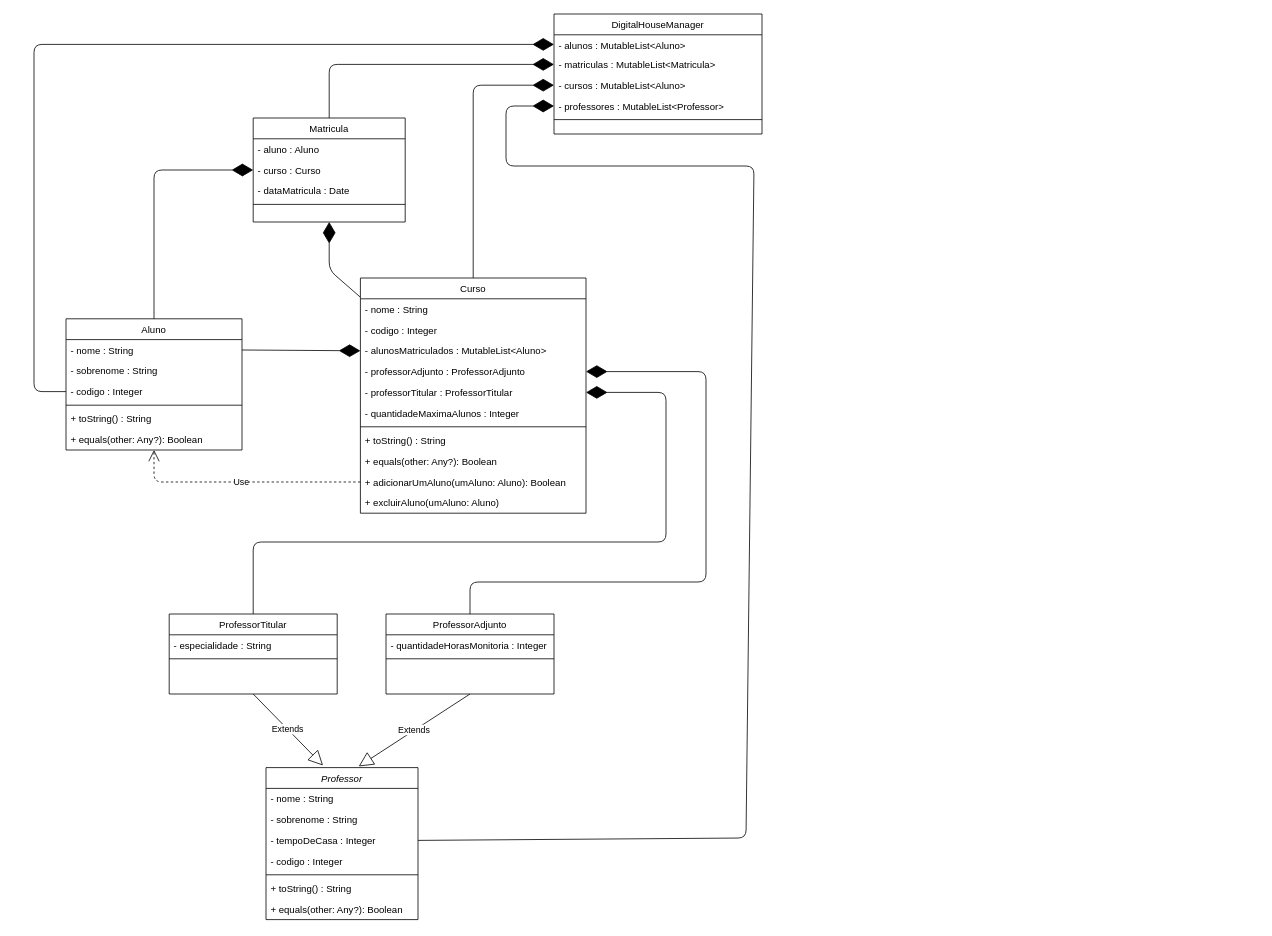
Earlier version of the draw.io diagram desafio.drawio (mariliamessias/digital_house_kotlin_desafio1). Source tidied: cells renumbered, new cells numbered last; positions are measured from the earlier drawing's top-left corner, leaving out a move shared by most shapes. Both pictures are drawn from the tidied source at 80%, with x=0, y=0 at pixel (34, 14).
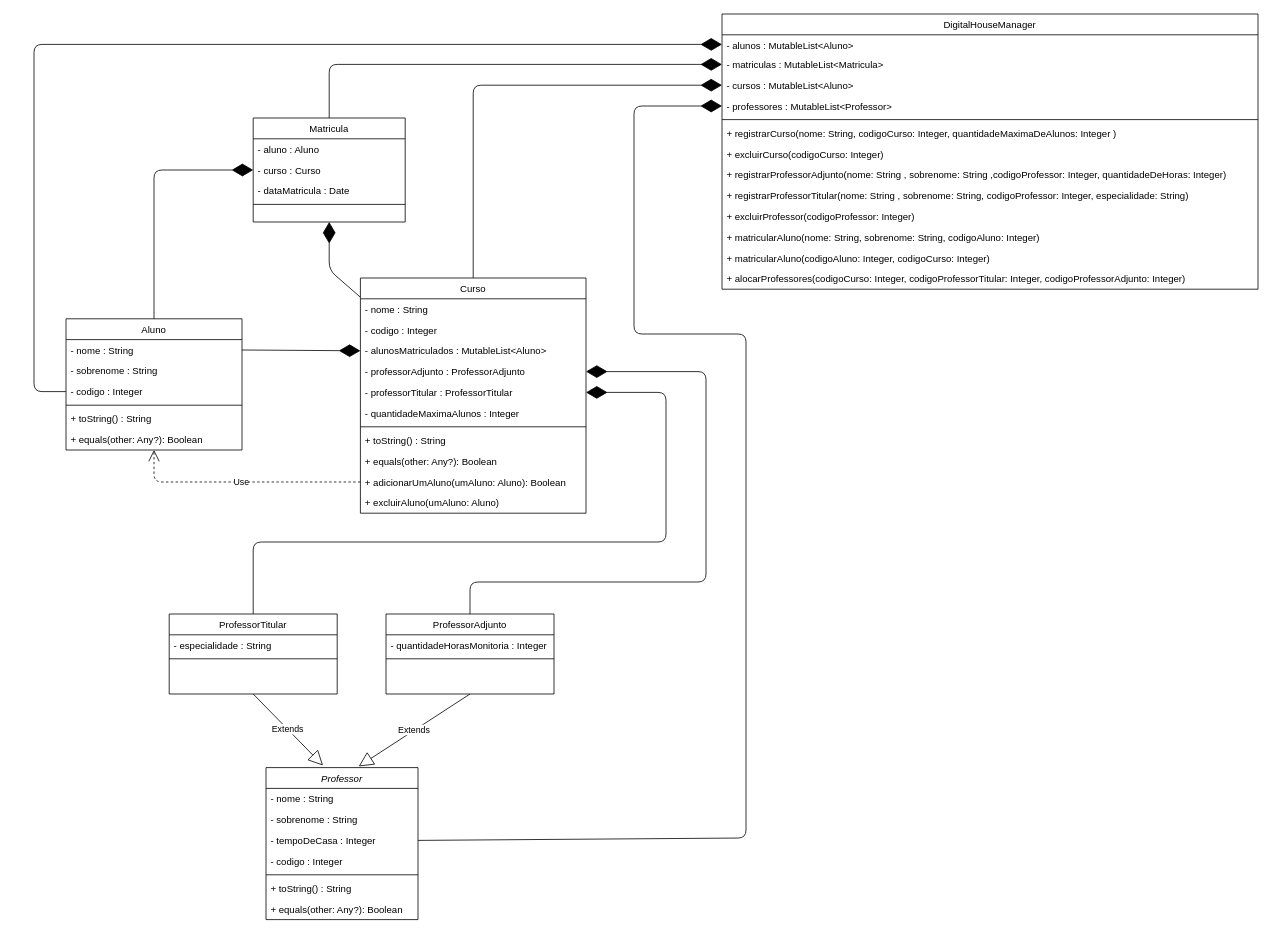
The same page after the edit.

Commit message:
create methods of DigitalHouseManager class

The change refers to these unchanged cells:
```xml
<mxCell id="45" value="- tempoDeCasa : Integer" style="text;align=left;verticalAlign=top;spacingLeft=4;spacingRight=4;overflow=hidden;points=[[0,0.5],[1,0.5]];portConstraint=eastwest;rounded=0;shadow=0;html=0;" parent="42" vertex="1">
  <mxGeometry y="78" width="190" height="26" as="geometry" />
</mxCell>
```

The edit, as a diff of the source:
```diff
@@
-    <mxCell id="18" value="DigitalHouseManager" style="swimlane;fontStyle=0;align=center;verticalAlign=top;horizontal=1;startSize=26;rounded=0;shadow=0;strokeWidth=1;" parent="1" vertex="1">
-      <mxGeometry x="650" width="260" height="150" as="geometry" />
-    </mxCell>
-    <mxCell id="19" value="- alunos : MutableList&lt;Aluno&gt;" style="text;align=left;verticalAlign=top;spacingLeft=4;spacingRight=4;overflow=hidden;points=[[0,0.5],[1,0.5]];portConstraint=eastwest;" parent="18" vertex="1">
-      <mxGeometry y="26" width="260" height="24" as="geometry" />
-    </mxCell>
-    <mxCell id="20" value="- matriculas : MutableList&lt;Matricula&gt;" style="text;align=left;verticalAlign=top;spacingLeft=4;spacingRight=4;overflow=hidden;points=[[0,0.5],[1,0.5]];portConstraint=eastwest;rounded=0;shadow=0;html=0;" parent="18" vertex="1">
-      <mxGeometry y="50" width="260" height="26" as="geometry" />
-    </mxCell>
-    <mxCell id="21" value="- cursos : MutableList&lt;Aluno&gt;" style="text;align=left;verticalAlign=top;spacingLeft=4;spacingRight=4;overflow=hidden;points=[[0,0.5],[1,0.5]];portConstraint=eastwest;rounded=0;shadow=0;html=0;" parent="18" vertex="1">
-      <mxGeometry y="76" width="260" height="26" as="geometry" />
-    </mxCell>
-    <mxCell id="22" value="- professores : MutableList&lt;Professor&gt;" style="text;align=left;verticalAlign=top;spacingLeft=4;spacingRight=4;overflow=hidden;points=[[0,0.5],[1,0.5]];portConstraint=eastwest;rounded=0;shadow=0;html=0;" parent="18" vertex="1">
-      <mxGeometry y="102" width="260" height="26" as="geometry" />
-    </mxCell>
-    <mxCell id="23" style="line;html=1;strokeWidth=1;align=left;verticalAlign=middle;spacingTop=-1;spacingLeft=3;spacingRight=3;labelPosition=right;" parent="18" vertex="1">
-      <mxGeometry y="128" width="260" height="8" as="geometry" />
-    </mxCell>
@@
     <mxCell id="26" style="endArrow=diamondThin;endFill=1;endSize=24;html=1;exitX=1;exitY=0.5;exitDx=0;exitDy=0;entryX=0;entryY=0.5;entryDx=0;entryDy=0;" parent="1" edge="1" source="45" target="22">
       <mxGeometry relative="1" as="geometry">
         <Array as="points">
           <mxPoint x="890" y="1030" />
-          <mxPoint x="900" y="190" />
-          <mxPoint x="590" y="190" />
-          <mxPoint x="590" y="115" />
+          <mxPoint x="890" y="400" />
+          <mxPoint x="830" y="400" />
+          <mxPoint x="750" y="400" />
+          <mxPoint x="750" y="115" />
         </Array>
       </mxGeometry>
     </mxCell>
@@
+    <mxCell id="18" value="DigitalHouseManager" style="swimlane;fontStyle=0;align=center;verticalAlign=top;horizontal=1;startSize=26;rounded=0;shadow=0;strokeWidth=1;" parent="1" vertex="1">
+      <mxGeometry x="860" width="670" height="344" as="geometry" />
+    </mxCell>
+    <mxCell id="19" value="- alunos : MutableList&lt;Aluno&gt;" style="text;align=left;verticalAlign=top;spacingLeft=4;spacingRight=4;overflow=hidden;points=[[0,0.5],[1,0.5]];portConstraint=eastwest;" parent="18" vertex="1">
+      <mxGeometry y="26" width="670" height="24" as="geometry" />
+    </mxCell>
+    <mxCell id="20" value="- matriculas : MutableList&lt;Matricula&gt;" style="text;align=left;verticalAlign=top;spacingLeft=4;spacingRight=4;overflow=hidden;points=[[0,0.5],[1,0.5]];portConstraint=eastwest;rounded=0;shadow=0;html=0;" parent="18" vertex="1">
+      <mxGeometry y="50" width="670" height="26" as="geometry" />
+    </mxCell>
+    <mxCell id="21" value="- cursos : MutableList&lt;Aluno&gt;" style="text;align=left;verticalAlign=top;spacingLeft=4;spacingRight=4;overflow=hidden;points=[[0,0.5],[1,0.5]];portConstraint=eastwest;rounded=0;shadow=0;html=0;" parent="18" vertex="1">
+      <mxGeometry y="76" width="670" height="26" as="geometry" />
+    </mxCell>
+    <mxCell id="22" value="- professores : MutableList&lt;Professor&gt;" style="text;align=left;verticalAlign=top;spacingLeft=4;spacingRight=4;overflow=hidden;points=[[0,0.5],[1,0.5]];portConstraint=eastwest;rounded=0;shadow=0;html=0;" parent="18" vertex="1">
+      <mxGeometry y="102" width="670" height="26" as="geometry" />
+    </mxCell>
+    <mxCell id="23" style="line;html=1;strokeWidth=1;align=left;verticalAlign=middle;spacingTop=-1;spacingLeft=3;spacingRight=3;labelPosition=right;" parent="18" vertex="1">
+      <mxGeometry y="128" width="670" height="8" as="geometry" />
+    </mxCell>
+    <mxCell id="58" value="+ registrarCurso(nome: String, codigoCurso: Integer, quantidadeMaximaDeAlunos: Integer )" style="text;align=left;verticalAlign=top;spacingLeft=4;spacingRight=4;overflow=hidden;rounded=0;shadow=0;html=0;" parent="18" vertex="1">
+      <mxGeometry y="136" width="670" height="26" as="geometry" />
+    </mxCell>
+    <mxCell id="59" value="+ excluirCurso(codigoCurso: Integer)" style="text;align=left;verticalAlign=top;spacingLeft=4;spacingRight=4;overflow=hidden;rounded=0;shadow=0;html=0;" parent="18" vertex="1">
+      <mxGeometry y="162" width="670" height="26" as="geometry" />
+    </mxCell>
+    <mxCell id="60" value="+ registrarProfessorAdjunto(nome: String , sobrenome: String ,codigoProfessor: Integer, quantidadeDeHoras: Integer)" style="text;align=left;verticalAlign=top;spacingLeft=4;spacingRight=4;overflow=hidden;rounded=0;shadow=0;html=0;" parent="18" vertex="1">
+      <mxGeometry y="188" width="670" height="26" as="geometry" />
+    </mxCell>
+    <mxCell id="61" value="+ registrarProfessorTitular(nome: String , sobrenome: String, codigoProfessor: Integer, especialidade: String)" style="text;align=left;verticalAlign=top;spacingLeft=4;spacingRight=4;overflow=hidden;rounded=0;shadow=0;html=0;" parent="18" vertex="1">
+      <mxGeometry y="214" width="670" height="26" as="geometry" />
+    </mxCell>
+    <mxCell id="62" value="+ excluirProfessor(codigoProfessor: Integer)&#10;" style="text;align=left;verticalAlign=top;spacingLeft=4;spacingRight=4;overflow=hidden;rounded=0;shadow=0;html=0;" parent="18" vertex="1">
+      <mxGeometry y="240" width="670" height="26" as="geometry" />
+    </mxCell>
+    <mxCell id="63" value="+ matricularAluno(nome: String, sobrenome: String, codigoAluno: Integer)" style="text;align=left;verticalAlign=top;spacingLeft=4;spacingRight=4;overflow=hidden;rounded=0;shadow=0;html=0;" parent="18" vertex="1">
+      <mxGeometry y="266" width="670" height="26" as="geometry" />
+    </mxCell>
+    <mxCell id="64" value="+ matricularAluno(codigoAluno: Integer, codigoCurso:  Integer)&#10;" style="text;align=left;verticalAlign=top;spacingLeft=4;spacingRight=4;overflow=hidden;rounded=0;shadow=0;html=0;" parent="18" vertex="1">
+      <mxGeometry y="292" width="670" height="26" as="geometry" />
+    </mxCell>
+    <mxCell id="65" value="+ alocarProfessores(codigoCurso: Integer, codigoProfessorTitular:  Integer, codigoProfessorAdjunto: Integer)" style="text;align=left;verticalAlign=top;spacingLeft=4;spacingRight=4;overflow=hidden;rounded=0;shadow=0;html=0;" parent="18" vertex="1">
+      <mxGeometry y="318" width="670" height="26" as="geometry" />
+    </mxCell>
```
